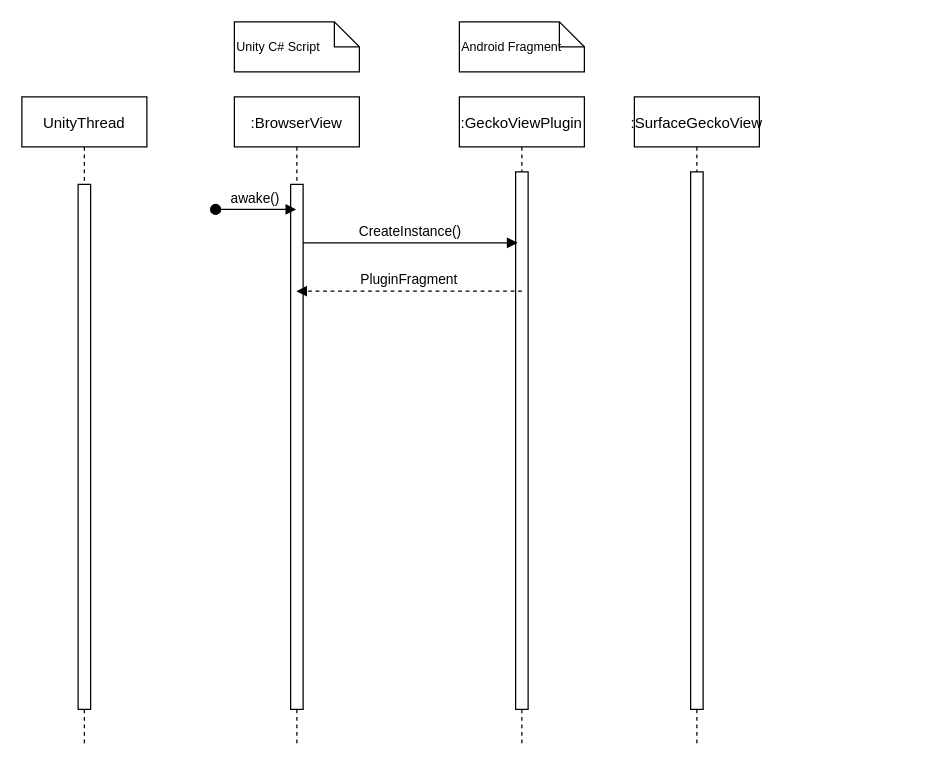
Earlier version of the draw.io diagram Documentation/Diagrams/DrawIo/SeqDiag_UnityGeckoView.drawio (xrchisense/xrevent-broadcaster-unity). Source tidied: cells renumbered, new cells numbered last; positions are measured from the earlier drawing's top-left corner, leaving out a move shared by most shapes. Both pictures are drawn from the tidied source at 125%, with x=0, y=0 at pixel (21, 21).
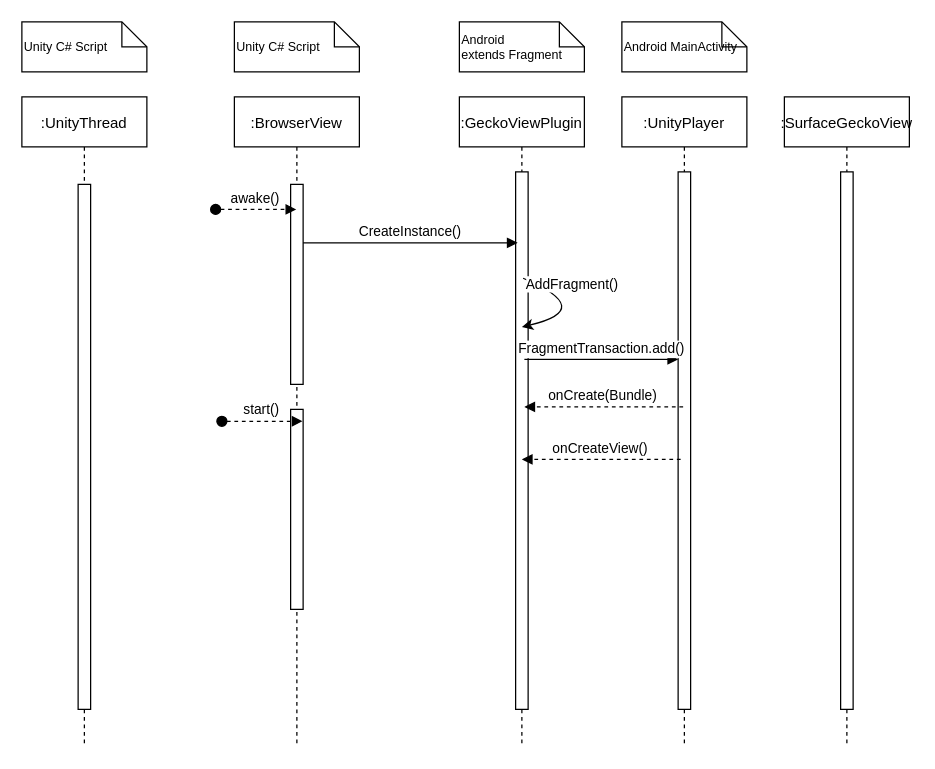
The same diagram, later.

Unchanged cells that the change refers to:
```xml
<mxCell id="2" value=":BrowserView" style="shape=umlLifeline;perimeter=lifelinePerimeter;rounded=0;shadow=0;strokeWidth=1;" parent="1" vertex="1">
  <mxGeometry x="170" y="60" width="100" height="520" as="geometry" />
</mxCell>
<mxCell id="5" value=":GeckoViewPlugin" style="shape=umlLifeline;perimeter=lifelinePerimeter;rounded=0;shadow=0;strokeWidth=1;" parent="1" vertex="1">
  <mxGeometry x="350" y="60" width="100" height="520" as="geometry" />
</mxCell>
<mxCell id="6" style="points=[];perimeter=orthogonalPerimeter;rounded=0;shadow=0;strokeWidth=1;" parent="5" vertex="1">
  <mxGeometry x="45" y="60" width="10" height="430" as="geometry" />
</mxCell>
```

The edit, as a diff of the source:
```diff
@@
     <mxCell id="3" style="points=[];perimeter=orthogonalPerimeter;rounded=0;shadow=0;strokeWidth=1;" parent="2" vertex="1">
-      <mxGeometry x="45" y="70" width="10" height="420" as="geometry" />
+      <mxGeometry x="45" y="70" width="10" height="160" as="geometry" />
     </mxCell>
-    <mxCell id="4" value="awake()" style="verticalAlign=bottom;startArrow=oval;endArrow=block;startSize=8;shadow=0;strokeWidth=1;" parent="2" edge="1" target="2">
+    <mxCell id="4" value="awake()" style="verticalAlign=bottom;startArrow=oval;endArrow=block;startSize=8;shadow=0;strokeWidth=1;dashed=1;" parent="2" edge="1" target="2">
       <mxGeometry relative="1" as="geometry">
         <mxPoint x="-15" y="90" as="sourcePoint" />
       </mxGeometry>
     </mxCell>
+    <mxCell id="15" style="perimeter=orthogonalPerimeter;rounded=0;shadow=0;strokeWidth=1;" parent="2" vertex="1">
+      <mxGeometry x="45" y="250" width="10" height="160" as="geometry" />
+    </mxCell>
+    <mxCell id="16" value="start()" style="verticalAlign=bottom;startArrow=oval;endArrow=block;startSize=8;shadow=0;strokeWidth=1;dashed=1;" parent="2" edge="1">
+      <mxGeometry relative="1" as="geometry">
+        <mxPoint x="-10" y="259.5" as="sourcePoint" />
+        <mxPoint x="54.5" y="259.5" as="targetPoint" />
+      </mxGeometry>
+    </mxCell>
@@
     <mxCell id="8" value=":SurfaceGeckoView" style="shape=umlLifeline;perimeter=lifelinePerimeter;rounded=0;shadow=0;strokeWidth=1;" parent="1" vertex="1">
-      <mxGeometry x="490" y="60" width="100" height="520" as="geometry" />
+      <mxGeometry x="610" y="60" width="100" height="520" as="geometry" />
     </mxCell>
@@
-    <mxCell id="11" value="UnityThread" style="shape=umlLifeline;perimeter=lifelinePerimeter;rounded=0;shadow=0;strokeWidth=1;" parent="1" vertex="1">
+    <mxCell id="11" value=":UnityThread" style="shape=umlLifeline;perimeter=lifelinePerimeter;rounded=0;shadow=0;strokeWidth=1;" parent="1" vertex="1">
       <mxGeometry y="60" width="100" height="520" as="geometry" />
     </mxCell>
@@
-    <mxCell id="13" value="Android Fragment" style="shape=note;size=20;whiteSpace=wrap;html=1;align=left;fontSize=10;" parent="1" vertex="1">
+    <mxCell id="13" value="Android&lt;br&gt;extends Fragment" style="shape=note;size=20;whiteSpace=wrap;html=1;align=left;fontSize=10;" parent="1" vertex="1">
       <mxGeometry x="350" width="100" height="40" as="geometry" />
     </mxCell>
-    <mxCell id="14" value="PluginFragment" style="verticalAlign=bottom;endArrow=block;shadow=0;strokeWidth=1;exitX=0.5;exitY=0.222;exitDx=0;exitDy=0;exitPerimeter=0;dashed=1;" parent="1" edge="1" source="6" target="2">
-      <mxGeometry relative="1" as="geometry" />
-    </mxCell>
+    <mxCell id="17" value="&lt;div align=&quot;left&quot;&gt;&lt;font style=&quot;font-size: 10px;&quot;&gt;Unity C# Script&lt;/font&gt;&lt;br&gt;&lt;/div&gt;" style="shape=note;size=20;whiteSpace=wrap;html=1;align=left;" parent="1" vertex="1">
+      <mxGeometry width="100" height="40" as="geometry" />
+    </mxCell>
+    <mxCell id="18" value=":UnityPlayer" style="shape=umlLifeline;perimeter=lifelinePerimeter;rounded=0;shadow=0;strokeWidth=1;" parent="1" vertex="1">
+      <mxGeometry x="480" y="60" width="100" height="520" as="geometry" />
+    </mxCell>
+    <mxCell id="19" style="perimeter=orthogonalPerimeter;rounded=0;shadow=0;strokeWidth=1;" parent="18" vertex="1">
+      <mxGeometry x="45" y="60" width="10" height="430" as="geometry" />
+    </mxCell>
+    <mxCell id="20" value="FragmentTransaction.add()" style="verticalAlign=bottom;endArrow=block;shadow=0;strokeWidth=1;exitX=0.52;exitY=0.404;exitDx=0;exitDy=0;exitPerimeter=0;" parent="18" edge="1" source="5">
+      <mxGeometry relative="1" as="geometry">
+        <mxPoint x="45" y="210" as="targetPoint" />
+      </mxGeometry>
+    </mxCell>
+    <mxCell id="21" value="onCreateView()" style="verticalAlign=bottom;endArrow=block;shadow=0;strokeWidth=1;exitX=0.49;exitY=0.477;exitDx=0;exitDy=0;exitPerimeter=0;entryX=0.52;entryY=0.477;entryDx=0;entryDy=0;entryPerimeter=0;dashed=1;" parent="18" edge="1">
+      <mxGeometry relative="1" as="geometry">
+        <mxPoint x="47" y="290" as="sourcePoint" />
+        <mxPoint x="-80" y="290" as="targetPoint" />
+      </mxGeometry>
+    </mxCell>
+    <mxCell id="22" value="Android MainActivity" style="shape=note;size=20;whiteSpace=wrap;html=1;align=left;fontSize=10;" parent="1" vertex="1">
+      <mxGeometry x="480" width="100" height="40" as="geometry" />
+    </mxCell>
+    <mxCell id="23" value="AddFragment()" style="curved=1;endArrow=classic;html=1;rounded=0;exitX=0.51;exitY=0.279;exitDx=0;exitDy=0;exitPerimeter=0;entryX=0.5;entryY=0.354;entryDx=0;entryDy=0;entryPerimeter=0;" parent="1" edge="1" source="5" target="5">
+      <mxGeometry x="-0.4" y="11" relative="1" as="geometry">
+        <Array as="points">
+          <mxPoint x="460" y="230" />
+        </Array>
+      </mxGeometry>
+    </mxCell>
+    <mxCell id="24" value="onCreate(Bundle)" style="verticalAlign=bottom;endArrow=block;shadow=0;strokeWidth=1;exitX=0.49;exitY=0.477;exitDx=0;exitDy=0;exitPerimeter=0;entryX=0.52;entryY=0.477;entryDx=0;entryDy=0;entryPerimeter=0;dashed=1;" parent="1" edge="1" source="18" target="5">
+      <mxGeometry relative="1" as="geometry" />
+    </mxCell>
```
